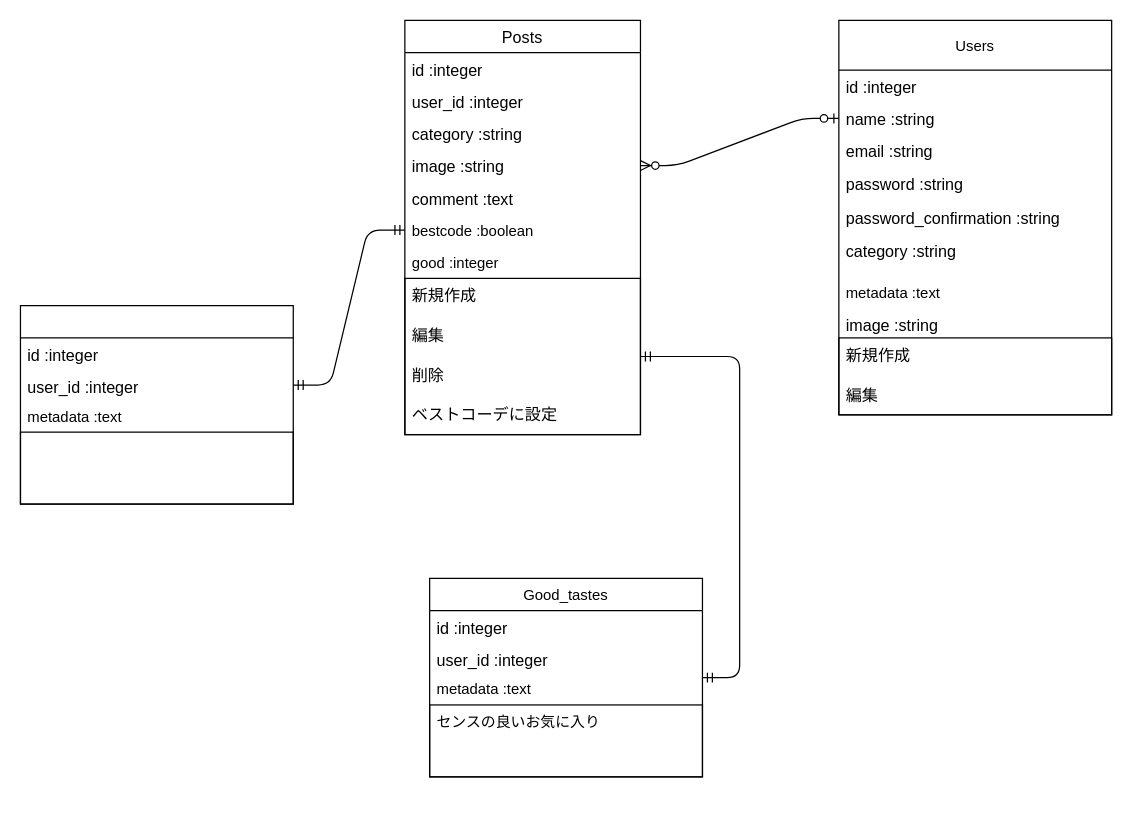
The draw.io diagram class_spec.dio in 327yuto/fit-wearness, before the edit. Source tidied: cells renumbered, new cells numbered last; positions are measured from the earlier drawing's top-left corner, leaving out a move shared by most shapes. Both pictures are drawn from the tidied source at 124%, with x=0, y=0 at pixel (20, 20).
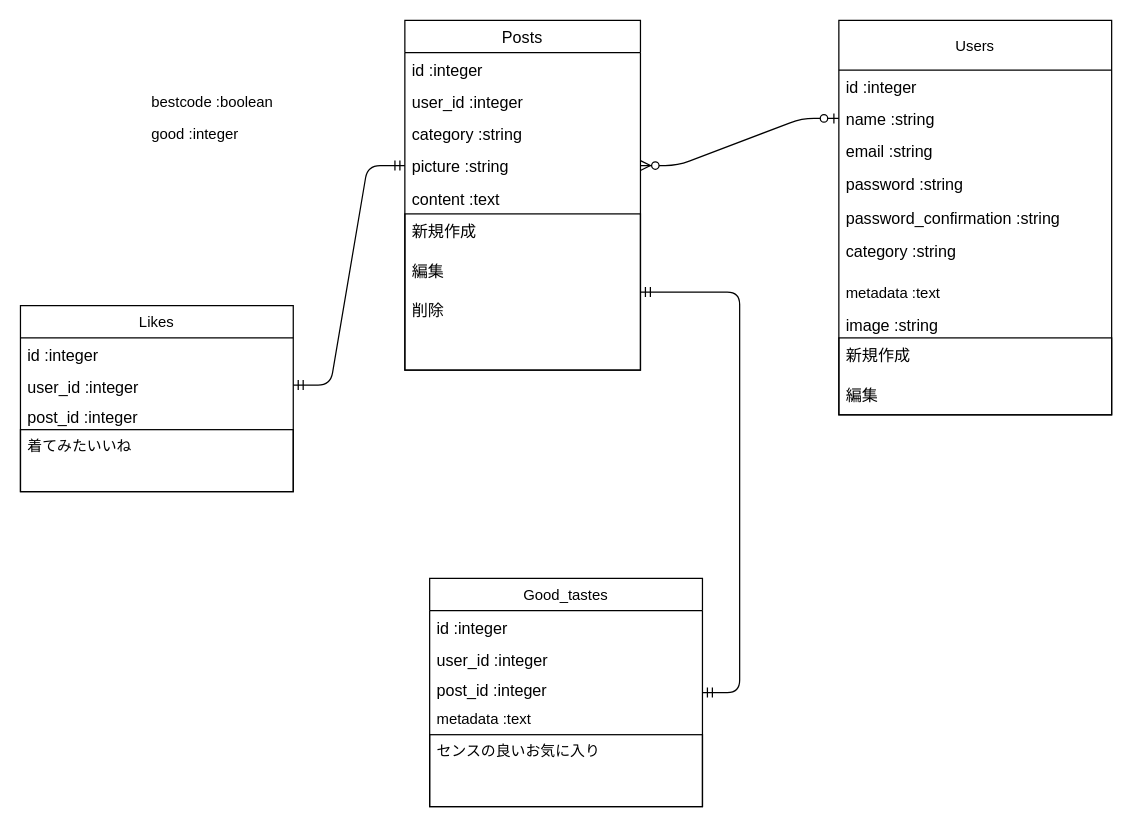
The same diagram, later.

The change refers to these unchanged cells:
```xml
<mxCell id="30" value="user_id :integer" style="text;strokeColor=none;fillColor=none;align=left;verticalAlign=top;spacingLeft=4;spacingRight=4;overflow=hidden;points=[[0,0.5],[1,0.5]];portConstraint=eastwest;fontSize=13;" parent="28" vertex="1">
  <mxGeometry y="52" width="220" height="24" as="geometry" />
</mxCell>
```

What changed in the source:
```diff
@@
     <mxCell id="12" value="Posts" style="swimlane;fontStyle=0;horizontal=1;startSize=26;fillColor=none;fontSize=13;strokeColor=default;" parent="1" vertex="1">
-      <mxGeometry x="310" width="190" height="334" as="geometry" />
+      <mxGeometry x="310" width="190" height="282" as="geometry" />
     </mxCell>
@@
-    <mxCell id="16" value="image :string" style="text;strokeColor=none;fillColor=none;align=left;verticalAlign=top;spacingLeft=4;spacingRight=4;overflow=hidden;points=[[0,0.5],[1,0.5]];portConstraint=eastwest;fontSize=13;" parent="12" vertex="1">
+    <mxCell id="16" value="picture :string" style="text;strokeColor=none;fillColor=none;align=left;verticalAlign=top;spacingLeft=4;spacingRight=4;overflow=hidden;points=[[0,0.5],[1,0.5]];portConstraint=eastwest;fontSize=13;" parent="12" vertex="1">
       <mxGeometry y="104" width="190" height="26" as="geometry" />
     </mxCell>
-    <mxCell id="17" value="comment :text" style="text;strokeColor=none;fillColor=none;align=left;verticalAlign=top;spacingLeft=4;spacingRight=4;overflow=hidden;fontSize=13;" parent="12" vertex="1">
+    <mxCell id="17" value="content :text" style="text;strokeColor=none;fillColor=none;align=left;verticalAlign=top;spacingLeft=4;spacingRight=4;overflow=hidden;fontSize=13;" parent="12" vertex="1">
       <mxGeometry y="130" width="190" height="26" as="geometry" />
     </mxCell>
-    <mxCell id="18" value="bestcode :boolean" style="text;strokeColor=none;fillColor=none;align=left;verticalAlign=top;spacingLeft=4;spacingRight=4;overflow=hidden;points=[[0,0.5],[1,0.5]];portConstraint=eastwest;" parent="12" vertex="1">
-      <mxGeometry y="156" width="190" height="26" as="geometry" />
-    </mxCell>
-    <mxCell id="19" value="good :integer" style="text;strokeColor=none;fillColor=none;align=left;verticalAlign=top;spacingLeft=4;spacingRight=4;overflow=hidden;" parent="12" vertex="1">
-      <mxGeometry y="182" width="190" height="26" as="geometry" />
-    </mxCell>
-    <mxCell id="20" value="新規作成&#10;&#10;編集&#10;&#10;削除&#10;&#10;ベストコーデに設定" style="text;strokeColor=default;fillColor=none;align=left;verticalAlign=top;spacingLeft=4;spacingRight=4;overflow=hidden;points=[[0,0.5],[1,0.5]];portConstraint=eastwest;fontSize=13;" parent="12" vertex="1">
-      <mxGeometry y="208" width="190" height="126" as="geometry" />
+    <mxCell id="20" value="新規作成&#10;&#10;編集&#10;&#10;削除&#10;" style="text;strokeColor=default;fillColor=none;align=left;verticalAlign=top;spacingLeft=4;spacingRight=4;overflow=hidden;points=[[0,0.5],[1,0.5]];portConstraint=eastwest;fontSize=13;" parent="12" vertex="1">
+      <mxGeometry y="156" width="190" height="126" as="geometry" />
     </mxCell>
     <mxCell id="21" value="Good_tastes" style="swimlane;fontStyle=0;horizontal=1;startSize=26;fillColor=none;" parent="1" vertex="1">
-      <mxGeometry x="330" y="450" width="220" height="160" as="geometry" />
+      <mxGeometry x="330" y="450" width="220" height="184" as="geometry" />
     </mxCell>
@@
+    <mxCell id="34" value="post_id :integer" style="text;strokeColor=none;fillColor=none;align=left;verticalAlign=top;spacingLeft=4;spacingRight=4;overflow=hidden;fontSize=13;" parent="21" vertex="1">
+      <mxGeometry y="76" width="220" height="24" as="geometry" />
+    </mxCell>
     <mxCell id="24" value="metadata :text" style="text;strokeColor=none;fillColor=none;align=left;verticalAlign=top;spacingLeft=4;spacingRight=4;overflow=hidden;" parent="21" vertex="1">
-      <mxGeometry y="76" width="220" height="26" as="geometry" />
+      <mxGeometry y="100" width="220" height="26" as="geometry" />
     </mxCell>
     <mxCell id="25" value="センスの良いお気に入り" style="text;strokeColor=default;fillColor=none;align=left;verticalAlign=top;spacingLeft=4;spacingRight=4;overflow=hidden;" parent="21" vertex="1">
-      <mxGeometry y="102" width="220" height="58" as="geometry" />
+      <mxGeometry y="126" width="220" height="58" as="geometry" />
     </mxCell>
@@
-    <mxCell id="28" style="swimlane;fontStyle=0;horizontal=1;startSize=26;fillColor=none;" parent="1" vertex="1">
-      <mxGeometry y="230" width="220" height="160" as="geometry" />
+    <mxCell id="28" value="Likes" style="swimlane;fontStyle=0;horizontal=1;startSize=26;fillColor=none;" parent="1" vertex="1">
+      <mxGeometry y="230" width="220" height="150" as="geometry" />
     </mxCell>
@@
-    <mxCell id="31" value="metadata :text" style="text;strokeColor=none;fillColor=none;align=left;verticalAlign=top;spacingLeft=4;spacingRight=4;overflow=hidden;" parent="28" vertex="1">
-      <mxGeometry y="76" width="220" height="26" as="geometry" />
-    </mxCell>
+    <mxCell id="35" value="post_id :integer" style="text;strokeColor=none;fillColor=none;align=left;verticalAlign=top;spacingLeft=4;spacingRight=4;overflow=hidden;fontSize=13;" parent="28" vertex="1">
+      <mxGeometry y="76" width="220" height="24" as="geometry" />
+    </mxCell>
-    <mxCell id="32" style="text;strokeColor=default;fillColor=none;align=left;verticalAlign=top;spacingLeft=4;spacingRight=4;overflow=hidden;" parent="28" vertex="1">
-      <mxGeometry y="102" width="220" height="58" as="geometry" />
+    <mxCell id="32" value="着てみたいいね" style="text;strokeColor=default;fillColor=none;align=left;verticalAlign=top;spacingLeft=4;spacingRight=4;overflow=hidden;" parent="28" vertex="1">
+      <mxGeometry y="100" width="220" height="50" as="geometry" />
     </mxCell>
-    <mxCell id="33" style="edgeStyle=entityRelationEdgeStyle;fontSize=12;html=1;endArrow=ERmandOne;startArrow=ERmandOne;entryX=0;entryY=0.5;entryDx=0;entryDy=0;" parent="1" edge="1" source="30" target="18">
+    <mxCell id="33" style="edgeStyle=entityRelationEdgeStyle;fontSize=12;html=1;endArrow=ERmandOne;startArrow=ERmandOne;entryX=0;entryY=0.5;entryDx=0;entryDy=0;" parent="1" edge="1" source="30" target="16">
       <mxGeometry relative="1" as="geometry" />
     </mxCell>
+    <mxCell id="18" value="bestcode :boolean" style="text;strokeColor=none;fillColor=none;align=left;verticalAlign=top;spacingLeft=4;spacingRight=4;overflow=hidden;points=[[0,0.5],[1,0.5]];portConstraint=eastwest;" parent="1" vertex="1">
+      <mxGeometry x="100" y="52" width="190" height="26" as="geometry" />
+    </mxCell>
+    <mxCell id="19" value="good :integer" style="text;strokeColor=none;fillColor=none;align=left;verticalAlign=top;spacingLeft=4;spacingRight=4;overflow=hidden;" parent="1" vertex="1">
+      <mxGeometry x="100" y="78" width="190" height="26" as="geometry" />
+    </mxCell>
```
